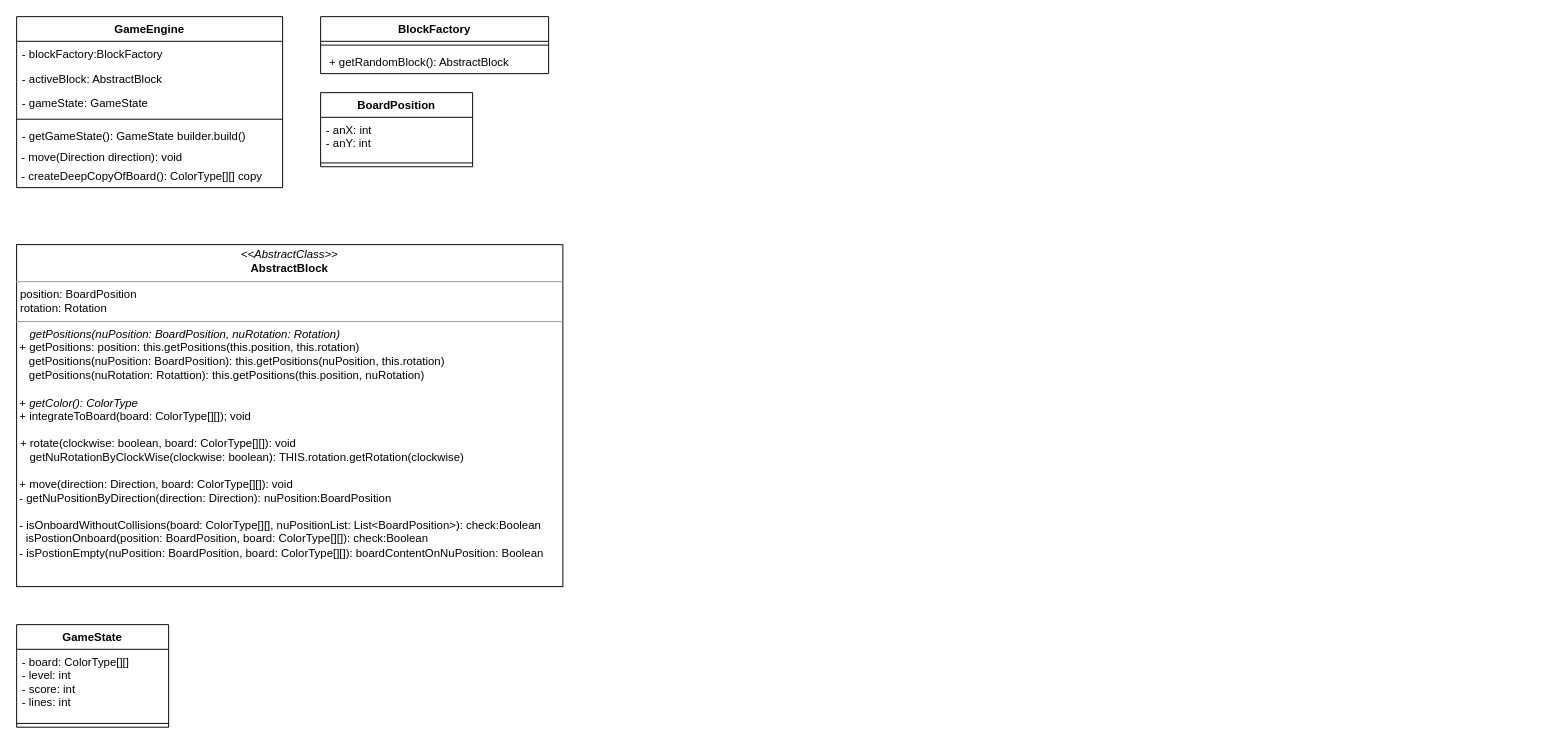
Above: Untitled Diagram.drawio in SnickErzIsBack/Praktikum (draw.io), before the change. Source tidied: cells renumbered, new cells numbered last; positions are measured from the earlier drawing's top-left corner, leaving out a move shared by most shapes. Both pictures are drawn from the tidied source at 95%, with x=0, y=0 at pixel (16, 16).
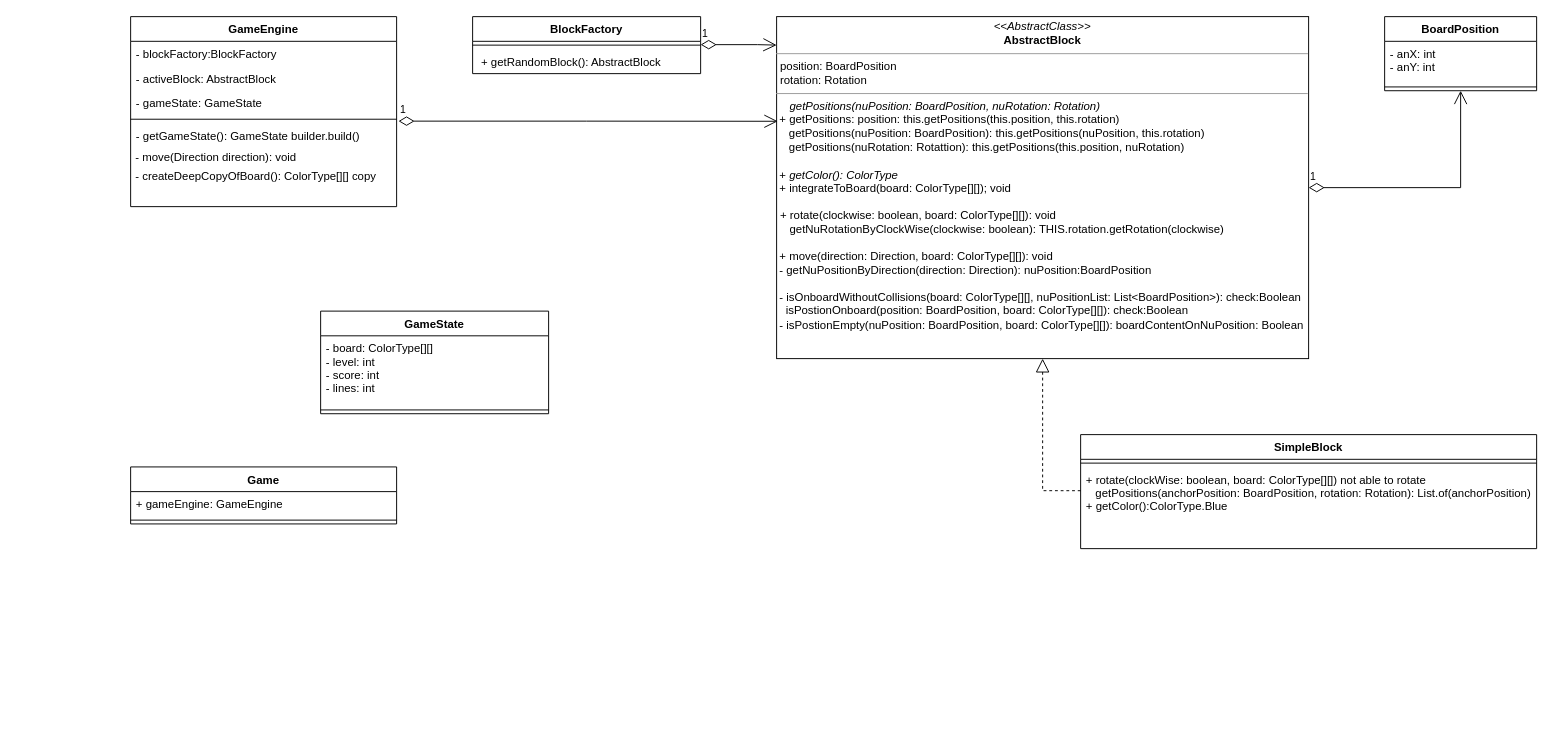
After the change.

Unchanged cells that the change refers to:
```xml
<mxCell id="7" value="- getGameState(): GameState builder.build()" style="text;align=left;verticalAlign=top;spacingLeft=4;spacingRight=4;overflow=hidden;points=[[0,0.5],[1,0.5]];portConstraint=eastwest;" parent="2" vertex="1">
  <mxGeometry y="112" width="280" height="26" as="geometry" />
</mxCell>
```

What changed in the source:
```diff
@@
     <mxCell id="2" value="GameEngine" style="swimlane;fontStyle=1;align=center;verticalAlign=top;horizontal=1;startSize=26;rounded=0;shadow=0;strokeWidth=1;" parent="1" vertex="1">
-      <mxGeometry width="280" height="180" as="geometry" />
+      <mxGeometry x="120" width="280" height="200" as="geometry" />
     </mxCell>
@@
     <mxCell id="10" value="&lt;p style=&quot;margin: 0px ; margin-top: 4px ; text-align: center&quot;&gt;&lt;i&gt;&amp;lt;&amp;lt;AbstractClass&amp;gt;&amp;gt;&lt;/i&gt;&lt;br&gt;&lt;b&gt;AbstractBlock&lt;/b&gt;&lt;br&gt;&lt;/p&gt;&lt;hr size=&quot;1&quot;&gt;&lt;p style=&quot;margin: 0px ; margin-left: 4px&quot;&gt;position: BoardPosition&lt;br&gt;rotation: Rotation&lt;/p&gt;&lt;hr size=&quot;1&quot;&gt;&lt;p style=&quot;margin: 0px ; margin-left: 4px&quot;&gt;&lt;i&gt;&amp;nbsp;&amp;nbsp; getPositions(nuPosition: BoardPosition, nuRotation: Rotation)&lt;/i&gt;&lt;br&gt;&lt;/p&gt;&lt;div&gt;&amp;nbsp;+ getPositions: position: this.getPositions(this.position, this.rotation)&lt;/div&gt;&lt;div&gt;&amp;nbsp;&amp;nbsp;&amp;nbsp; getPositions(nuPosition: BoardPosition): this.getPositions(nuPosition, this.rotation)&lt;/div&gt;&lt;div&gt;&amp;nbsp;&amp;nbsp;&amp;nbsp; getPositions(nuRotation: Rotattion): this.getPositions(this.position, nuRotation)&lt;/div&gt;&lt;div&gt;&lt;br&gt;&lt;/div&gt;&lt;div&gt;&amp;nbsp;+ &lt;i&gt;getColor(): ColorType&lt;/i&gt;&lt;/div&gt;&lt;div&gt;&amp;nbsp;+ integrateToBoard(board: ColorType[][]); void&lt;br&gt;&lt;/div&gt;&lt;div&gt;&lt;br&gt;&lt;/div&gt;&lt;p style=&quot;margin: 0px ; margin-left: 4px&quot;&gt;+ rotate(clockwise: boolean, board: ColorType[][]): void&lt;br&gt;&amp;nbsp;&amp;nbsp; getNuRotationByClockWise(clockwise: boolean): THIS.rotation.getRotation(clockwise)&lt;/p&gt;&lt;p style=&quot;margin: 0px ; margin-left: 4px&quot;&gt;&lt;br&gt;&lt;/p&gt;&lt;div&gt;&amp;nbsp;+ move(direction: Direction, board: ColorType[][]): void&lt;/div&gt;&lt;div&gt;&amp;nbsp;- getNuPositionByDirection(direction: Direction): nuPosition:BoardPosition&lt;/div&gt;&lt;div&gt;&lt;br&gt;&lt;/div&gt;&lt;div&gt;&amp;nbsp;- isOnboardWithoutCollisions(board: ColorType[][], nuPositionList: List&amp;lt;BoardPosition&amp;gt;): check:Boolean&lt;br&gt;&lt;/div&gt;&lt;div&gt;&amp;nbsp;&amp;nbsp; isPostionOnboard(position: BoardPosition, board: ColorType[][]): check:Boolean&lt;/div&gt;&lt;div&gt;&amp;nbsp;- isPostionEmpty(nuPosition: BoardPosition, board: ColorType[][]): boardContentOnNuPosition: Boolean&lt;/div&gt;&lt;div&gt;&amp;nbsp;&lt;/div&gt;&lt;div&gt;&amp;nbsp;&lt;br&gt;&lt;div&gt;&amp;nbsp;&lt;br&gt;&lt;/div&gt;&lt;div&gt;&lt;br&gt;&lt;br&gt;&lt;/div&gt;&amp;nbsp;&lt;/div&gt;&lt;div&gt;&lt;br&gt;&lt;/div&gt;" style="verticalAlign=top;align=left;overflow=fill;fontSize=12;fontFamily=Helvetica;html=1;" parent="1" vertex="1">
-      <mxGeometry y="240" width="575" height="360" as="geometry" />
+      <mxGeometry x="800" width="560" height="360" as="geometry" />
     </mxCell>
     <mxCell id="11" value="BlockFactory" style="swimlane;fontStyle=1;align=center;verticalAlign=top;horizontal=1;startSize=26;" parent="1" vertex="1">
-      <mxGeometry x="320" width="240" height="60" as="geometry" />
+      <mxGeometry x="480" width="240" height="60" as="geometry" />
     </mxCell>
@@
     <mxCell id="14" value="BoardPosition" style="swimlane;fontStyle=1;align=center;verticalAlign=top;horizontal=1;startSize=26;" parent="1" vertex="1">
-      <mxGeometry x="320" y="80" width="160" height="78" as="geometry" />
+      <mxGeometry x="1440" width="160" height="78" as="geometry" />
     </mxCell>
@@
     <mxCell id="17" value="GameState" style="swimlane;fontStyle=1;align=center;verticalAlign=top;horizontal=1;startSize=26;" parent="1" vertex="1">
-      <mxGeometry y="640" width="160" height="108" as="geometry" />
+      <mxGeometry x="320" y="310" width="240" height="108" as="geometry" />
     </mxCell>
     <mxCell id="18" value="- board: ColorType[][]&#10;- level: int&#10;- score: int&#10;- lines: int&#10;" style="text;strokeColor=none;fillColor=none;align=left;verticalAlign=top;spacingLeft=4;spacingRight=4;overflow=hidden;" parent="17" vertex="1">
-      <mxGeometry y="26" width="160" height="74" as="geometry" />
+      <mxGeometry y="26" width="240" height="74" as="geometry" />
     </mxCell>
     <mxCell id="19" style="line;strokeWidth=1;fillColor=none;align=left;verticalAlign=middle;spacingTop=-1;spacingLeft=3;spacingRight=3;labelPosition=right;" parent="17" vertex="1">
-      <mxGeometry y="100" width="160" height="8" as="geometry" />
+      <mxGeometry y="100" width="240" height="8" as="geometry" />
     </mxCell>
+    <mxCell id="20" value="SimpleBlock" style="swimlane;fontStyle=1;align=center;verticalAlign=top;horizontal=1;startSize=26;" parent="1" vertex="1">
+      <mxGeometry x="1120" y="440" width="480" height="120" as="geometry" />
+    </mxCell>
+    <mxCell id="21" style="line;strokeWidth=1;fillColor=none;align=left;verticalAlign=middle;spacingTop=-1;spacingLeft=3;spacingRight=3;labelPosition=right;" parent="20" vertex="1">
+      <mxGeometry y="26" width="480" height="8" as="geometry" />
+    </mxCell>
+    <mxCell id="22" value="+ rotate(clockWise: boolean, board: ColorType[][]) not able to rotate&#10;   getPositions(anchorPosition: BoardPosition, rotation: Rotation): List.of(anchorPosition)&#10;+ getColor():ColorType.Blue&#10; &#10;" style="text;strokeColor=none;fillColor=none;align=left;verticalAlign=top;spacingLeft=4;spacingRight=4;overflow=hidden;points=[[0,0.5],[1,0.5]];portConstraint=eastwest;fontStyle=0;" parent="20" vertex="1">
+      <mxGeometry y="34" width="480" height="86" as="geometry" />
+    </mxCell>
+    <mxCell id="23" style="endArrow=block;dashed=1;endFill=0;endSize=12;html=1;rounded=0;exitX=0;exitY=0.291;exitDx=0;exitDy=0;exitPerimeter=0;entryX=0.5;entryY=1;entryDx=0;entryDy=0;" parent="1" edge="1" source="22" target="10">
+      <mxGeometry relative="1" as="geometry">
+        <Array as="points">
+          <mxPoint x="1080" y="499" />
+        </Array>
+      </mxGeometry>
+    </mxCell>
+    <mxCell id="24" value="1" style="endArrow=open;html=1;endSize=12;startArrow=diamondThin;startSize=14;startFill=0;edgeStyle=orthogonalEdgeStyle;align=left;verticalAlign=bottom;rounded=0;exitX=1;exitY=0.5;exitDx=0;exitDy=0;entryX=0.5;entryY=1;entryDx=0;entryDy=0;" parent="1" edge="1" source="10" target="14">
+      <mxGeometry x="-1" y="3" relative="1" as="geometry">
+        <Array as="points">
+          <mxPoint x="1520" y="180" />
+        </Array>
+      </mxGeometry>
+    </mxCell>
+    <mxCell id="25" value="1" style="endArrow=open;html=1;endSize=12;startArrow=diamondThin;startSize=14;startFill=0;edgeStyle=orthogonalEdgeStyle;align=left;verticalAlign=bottom;rounded=0;exitX=1.007;exitY=-0.077;exitDx=0;exitDy=0;exitPerimeter=0;entryX=0.002;entryY=0.306;entryDx=0;entryDy=0;entryPerimeter=0;" parent="1" edge="1" source="7" target="10">
+      <mxGeometry x="-1" y="3" relative="1" as="geometry" />
+    </mxCell>
+    <mxCell id="26" value="1" style="endArrow=open;html=1;endSize=12;startArrow=diamondThin;startSize=14;startFill=0;edgeStyle=orthogonalEdgeStyle;align=left;verticalAlign=bottom;rounded=0;" parent="1" edge="1">
+      <mxGeometry x="-1" y="3" relative="1" as="geometry">
+        <mxPoint x="720" y="29.5" as="sourcePoint" />
+        <mxPoint x="800" y="30" as="targetPoint" />
+        <Array as="points">
+          <mxPoint x="780" y="30" />
+          <mxPoint x="780" y="30" />
+        </Array>
+      </mxGeometry>
+    </mxCell>
+    <mxCell id="27" value="Game" style="swimlane;fontStyle=1;align=center;verticalAlign=top;horizontal=1;startSize=26;" parent="1" vertex="1">
+      <mxGeometry x="120" y="474" width="280" height="60" as="geometry" />
+    </mxCell>
+    <mxCell id="28" value="+ gameEngine: GameEngine&#10;" style="text;strokeColor=none;fillColor=none;align=left;verticalAlign=top;spacingLeft=4;spacingRight=4;overflow=hidden;" parent="27" vertex="1">
+      <mxGeometry y="26" width="280" height="26" as="geometry" />
+    </mxCell>
+    <mxCell id="29" style="line;strokeWidth=1;fillColor=none;align=left;verticalAlign=middle;spacingTop=-1;spacingLeft=3;spacingRight=3;labelPosition=right;" parent="27" vertex="1">
+      <mxGeometry y="52" width="280" height="8" as="geometry" />
+    </mxCell>
```
